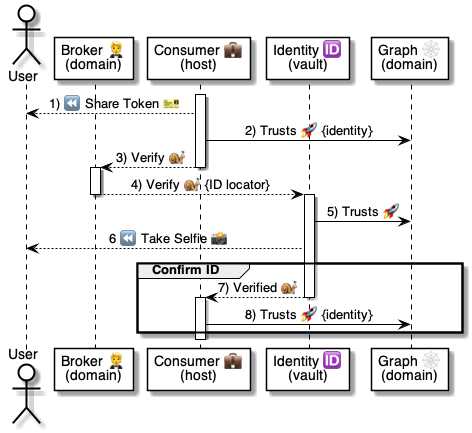
Before: 5 ⏩ Flows/20 💼⏩ Consumers/.📎 Assets/⚙️ Query Token+ID.png, a diagram exported from PlantUML (pollyweb-org/pollyweb-docs). Its source is kept beside it as 5 ⏩ Flows/20 💼⏩ Consumers/.📎 Assets/⚙️ Query Token+ID.puml.
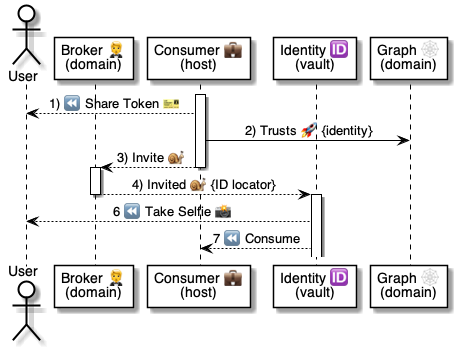
After the change.

Change to the diagram source:
```diff
@@ -15,31 +15,21 @@
 
 
     consumer -> graph: 2) Trusts 🚀 {identity}
-    consumer --> broker: 3) Verify 🐌
+    consumer --> broker: 3) Invite 🐌
     deactivate consumer
 
     activate broker
-        broker --> identity: 4) Verify 🐌 {ID locator}
+        broker --> identity: 4) Invited 🐌 {ID locator}
     deactivate broker
 
     activate identity
-        identity -> graph: 5) Trusts 🚀
 
 
 
 
 identity --> user: 6 ⏪ Take Selfie 📸
 
-group Confirm ID
+identity --> consumer:  7 ⏪ Consume
 
-        identity --> consumer: 7) Verified 🐌
-    deactivate identity
-
-    activate consumer
-        consumer -> graph: 8) Trusts 🚀 {identity}
-
-end group
-
-    deactivate consumer
 
 @enduml
```
